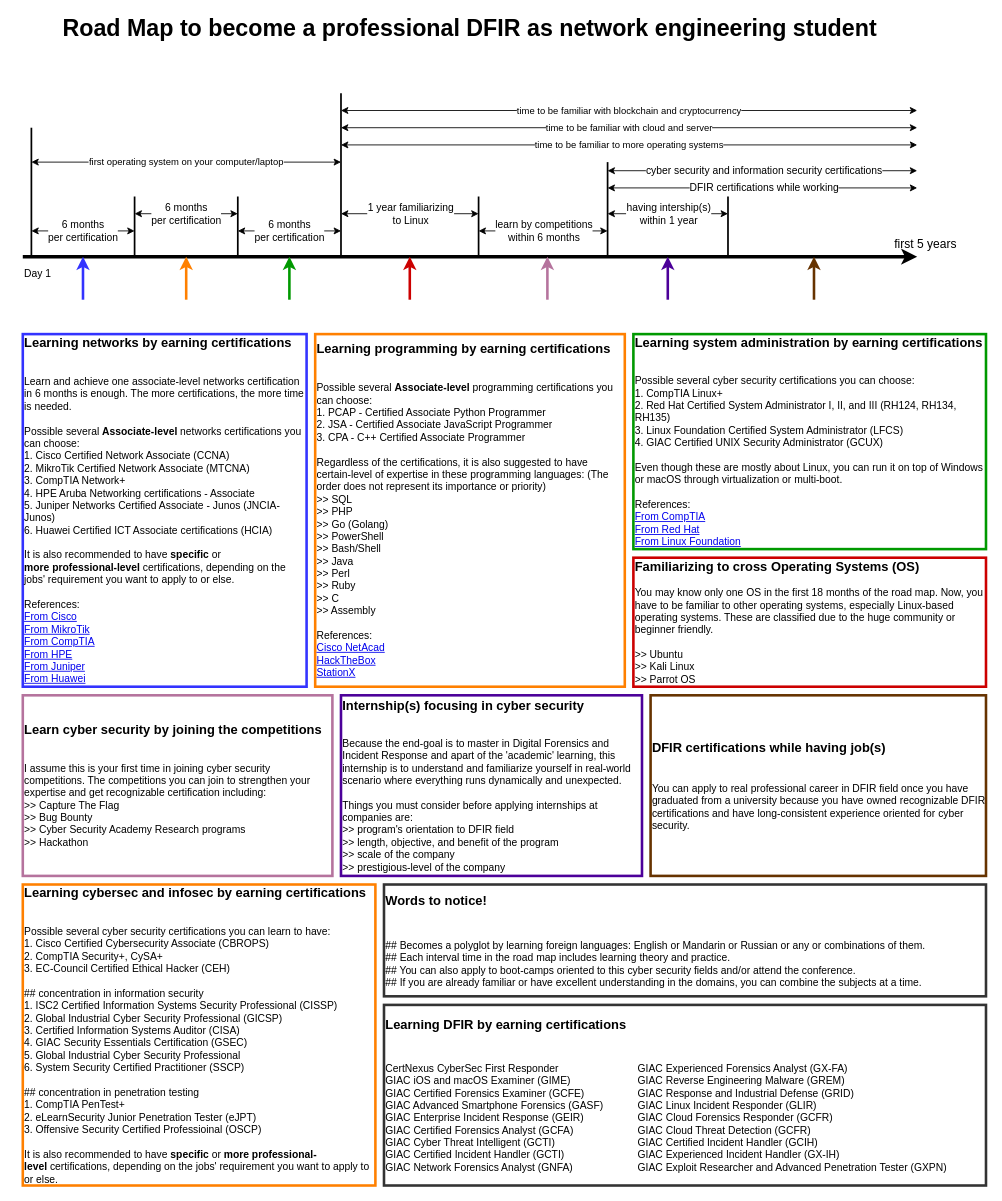
The draw.io diagram page "theRoadMap" (4 of 5) of cybernetworkroadmap.drawio in troders34/roadmap, before the edit. Source tidied: cells renumbered, new cells numbered last; positions are measured from the earlier drawing's top-left corner, leaving out a move shared by most shapes. Both pictures are drawn from the tidied source at 86%, with x=0, y=0 at pixel (22, 15).
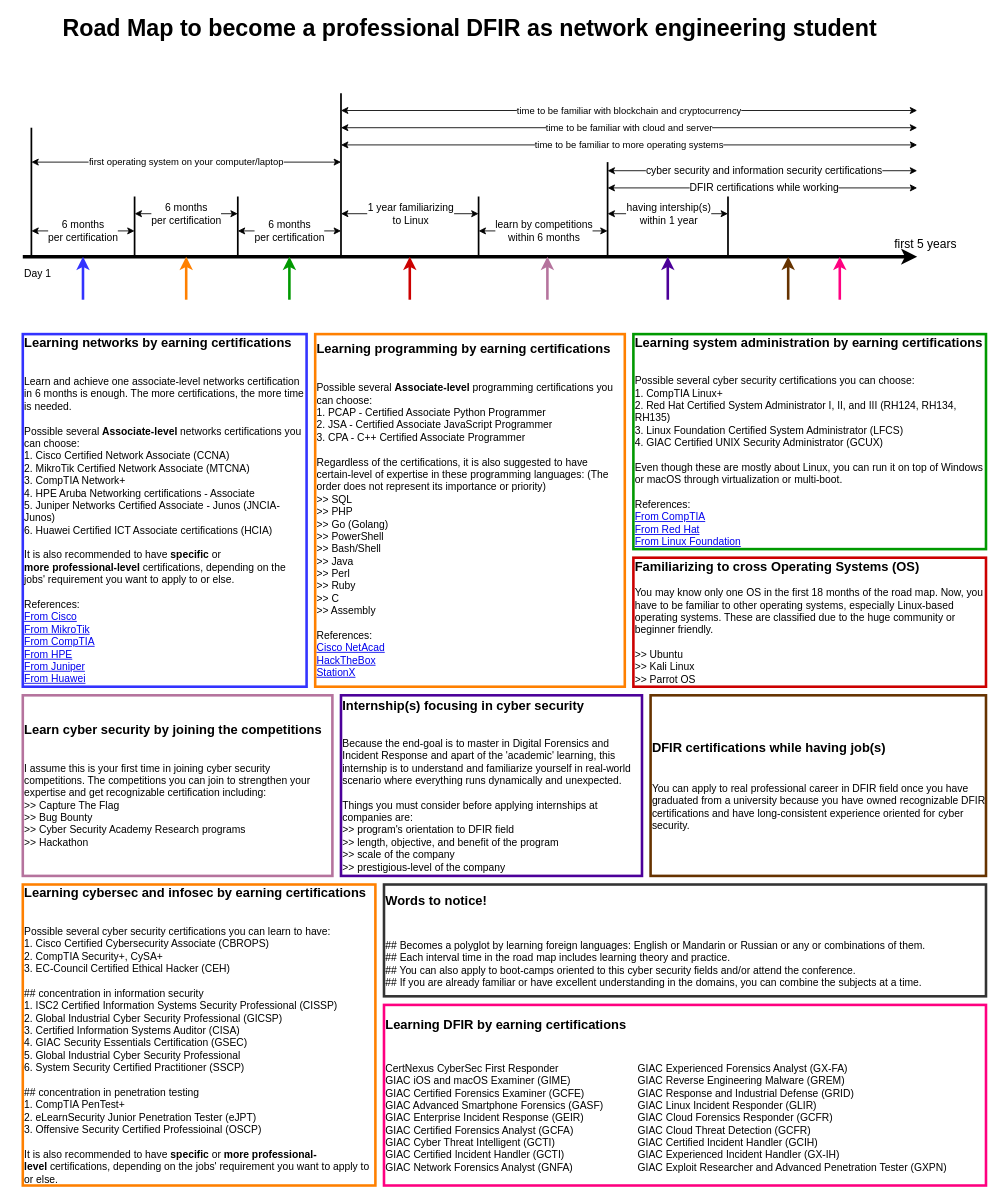
The same diagram, later.

Unchanged cells that the change refers to:
```xml
<mxCell id="32" style="group;" parent="1" vertex="1">
  <mxGeometry y="370" width="1120" height="990" as="geometry" />
</mxCell>
```

Diff of the diagram source:
```diff
@@
     <mxCell id="28" style="endArrow=none;html=1;rounded=0;startArrow=classic;startFill=1;strokeWidth=3;strokeColor=#663300;" parent="1" edge="1">
       <mxGeometry relative="1" as="geometry">
-        <mxPoint x="920" y="280" as="sourcePoint" />
-        <mxPoint x="920" y="330" as="targetPoint" />
+        <mxPoint x="890" y="280" as="sourcePoint" />
+        <mxPoint x="890" y="330" as="targetPoint" />
       </mxGeometry>
     </mxCell>
@@
-    <mxCell id="43" value="&lt;span style=&quot;font-size: 15px;&quot;&gt;&lt;b&gt;Learning DFIR by earning certifications&lt;/b&gt;&lt;/span&gt;&lt;div&gt;&lt;span style=&quot;font-size: 15px;&quot;&gt;&lt;b&gt;&lt;br&gt;&lt;/b&gt;&lt;/span&gt;&lt;div&gt;&lt;span style=&quot;font-size: 15px;&quot;&gt;&lt;b&gt;&lt;br&gt;&lt;/b&gt;&lt;/span&gt;&lt;/div&gt;&lt;div&gt;CertNexus CyberSec First Responder&lt;span style=&quot;white-space: pre;&quot;&gt;&#9;&lt;/span&gt;&lt;span style=&quot;white-space: pre;&quot;&gt;&#9;&lt;/span&gt;&lt;span style=&quot;white-space: pre;&quot;&gt;&#9;&lt;/span&gt;&lt;span style=&quot;white-space: pre;&quot;&gt;&#9;&lt;/span&gt;GIAC Experienced Forensics Analyst (GX-FA)&lt;/div&gt;&lt;/div&gt;&lt;div&gt;GIAC iOS and macOS Examiner (GIME)&lt;span style=&quot;white-space: pre;&quot;&gt;&#9;&lt;/span&gt;&lt;span style=&quot;white-space: pre;&quot;&gt;&#9;&lt;/span&gt;&lt;span style=&quot;white-space: pre;&quot;&gt;&#9;&lt;/span&gt;GIAC Reverse Engineering Malware (GREM)&lt;/div&gt;&lt;div&gt;GIAC Certified Forensics Examiner (GCFE)&lt;span style=&quot;white-space: pre;&quot;&gt;&#9;&lt;/span&gt;&lt;span style=&quot;white-space: pre;&quot;&gt;&#9;&lt;/span&gt;&lt;span style=&quot;white-space: pre;&quot;&gt;&#9;&lt;/span&gt;GIAC Response and Industrial Defense (GRID)&lt;/div&gt;&lt;div&gt;GIAC Advanced Smartphone Forensics (GASF)&lt;span style=&quot;white-space: pre;&quot;&gt;&#9;&lt;/span&gt;&lt;span style=&quot;white-space: pre;&quot;&gt;&#9;&lt;/span&gt;GIAC Linux Incident Responder (GLIR)&lt;/div&gt;&lt;div&gt;GIAC Enterprise Incident Response (GEIR)&lt;span style=&quot;white-space: pre;&quot;&gt;&#9;&lt;/span&gt;&lt;span style=&quot;white-space: pre;&quot;&gt;&#9;&lt;/span&gt;&lt;span style=&quot;white-space: pre;&quot;&gt;&#9;&lt;/span&gt;GIAC Cloud Forensics Responder (GCFR)&lt;/div&gt;&lt;div&gt;GIAC Certified Forensics Analyst (GCFA)&lt;span style=&quot;white-space: pre;&quot;&gt;&#9;&lt;/span&gt;&lt;span style=&quot;white-space: pre;&quot;&gt;&#9;&lt;/span&gt;&lt;span style=&quot;white-space: pre;&quot;&gt;&#9;&lt;/span&gt;GIAC Cloud Threat Detection (GCFR)&lt;/div&gt;&lt;div&gt;GIAC Cyber Threat Intelligent (GCTI)&lt;span style=&quot;white-space: pre;&quot;&gt;&#9;&lt;/span&gt;&lt;span style=&quot;white-space: pre;&quot;&gt;&#9;&lt;/span&gt;&lt;span style=&quot;white-space: pre;&quot;&gt;&#9;&lt;/span&gt;&lt;span style=&quot;white-space: pre;&quot;&gt;&#9;&lt;/span&gt;GIAC Certified Incident Handler (GCIH)&lt;/div&gt;&lt;div&gt;GIAC Certified Incident Handler (GCTI)&lt;span style=&quot;white-space: pre;&quot;&gt;&#9;&lt;/span&gt;&lt;span style=&quot;white-space: pre;&quot;&gt;&#9;&lt;/span&gt;&lt;span style=&quot;white-space: pre;&quot;&gt;&#9;&lt;/span&gt;&lt;span style=&quot;white-space: pre;&quot;&gt;&#9;&lt;/span&gt;GIAC Experienced Incident Handler (GX-IH)&lt;/div&gt;&lt;div&gt;GIAC Network Forensics Analyst (GNFA)&lt;span style=&quot;white-space: pre;&quot;&gt;&#9;&lt;/span&gt;&lt;span style=&quot;white-space: pre;&quot;&gt;&#9;&lt;/span&gt;&lt;span style=&quot;white-space: pre;&quot;&gt;&#9;&lt;/span&gt;GIAC Exploit Researcher and Advanced Penetration Tester (GXPN)&lt;/div&gt;" style="rounded=0;whiteSpace=wrap;html=1;align=left;strokeColor=#333333;strokeWidth=3;" parent="32" vertex="1">
+    <mxCell id="43" value="&lt;span style=&quot;font-size: 15px;&quot;&gt;&lt;b&gt;Learning DFIR by earning certifications&lt;/b&gt;&lt;/span&gt;&lt;div&gt;&lt;span style=&quot;font-size: 15px;&quot;&gt;&lt;b&gt;&lt;br&gt;&lt;/b&gt;&lt;/span&gt;&lt;div&gt;&lt;span style=&quot;font-size: 15px;&quot;&gt;&lt;b&gt;&lt;br&gt;&lt;/b&gt;&lt;/span&gt;&lt;/div&gt;&lt;div&gt;CertNexus CyberSec First Responder&lt;span style=&quot;white-space: pre;&quot;&gt;&#9;&lt;/span&gt;&lt;span style=&quot;white-space: pre;&quot;&gt;&#9;&lt;/span&gt;&lt;span style=&quot;white-space: pre;&quot;&gt;&#9;&lt;/span&gt;&lt;span style=&quot;white-space: pre;&quot;&gt;&#9;&lt;/span&gt;GIAC Experienced Forensics Analyst (GX-FA)&lt;/div&gt;&lt;/div&gt;&lt;div&gt;GIAC iOS and macOS Examiner (GIME)&lt;span style=&quot;white-space: pre;&quot;&gt;&#9;&lt;/span&gt;&lt;span style=&quot;white-space: pre;&quot;&gt;&#9;&lt;/span&gt;&lt;span style=&quot;white-space: pre;&quot;&gt;&#9;&lt;/span&gt;GIAC Reverse Engineering Malware (GREM)&lt;/div&gt;&lt;div&gt;GIAC Certified Forensics Examiner (GCFE)&lt;span style=&quot;white-space: pre;&quot;&gt;&#9;&lt;/span&gt;&lt;span style=&quot;white-space: pre;&quot;&gt;&#9;&lt;/span&gt;&lt;span style=&quot;white-space: pre;&quot;&gt;&#9;&lt;/span&gt;GIAC Response and Industrial Defense (GRID)&lt;/div&gt;&lt;div&gt;GIAC Advanced Smartphone Forensics (GASF)&lt;span style=&quot;white-space: pre;&quot;&gt;&#9;&lt;/span&gt;&lt;span style=&quot;white-space: pre;&quot;&gt;&#9;&lt;/span&gt;GIAC Linux Incident Responder (GLIR)&lt;/div&gt;&lt;div&gt;GIAC Enterprise Incident Response (GEIR)&lt;span style=&quot;white-space: pre;&quot;&gt;&#9;&lt;/span&gt;&lt;span style=&quot;white-space: pre;&quot;&gt;&#9;&lt;/span&gt;&lt;span style=&quot;white-space: pre;&quot;&gt;&#9;&lt;/span&gt;GIAC Cloud Forensics Responder (GCFR)&lt;/div&gt;&lt;div&gt;GIAC Certified Forensics Analyst (GCFA)&lt;span style=&quot;white-space: pre;&quot;&gt;&#9;&lt;/span&gt;&lt;span style=&quot;white-space: pre;&quot;&gt;&#9;&lt;/span&gt;&lt;span style=&quot;white-space: pre;&quot;&gt;&#9;&lt;/span&gt;GIAC Cloud Threat Detection (GCFR)&lt;/div&gt;&lt;div&gt;GIAC Cyber Threat Intelligent (GCTI)&lt;span style=&quot;white-space: pre;&quot;&gt;&#9;&lt;/span&gt;&lt;span style=&quot;white-space: pre;&quot;&gt;&#9;&lt;/span&gt;&lt;span style=&quot;white-space: pre;&quot;&gt;&#9;&lt;/span&gt;&lt;span style=&quot;white-space: pre;&quot;&gt;&#9;&lt;/span&gt;GIAC Certified Incident Handler (GCIH)&lt;/div&gt;&lt;div&gt;GIAC Certified Incident Handler (GCTI)&lt;span style=&quot;white-space: pre;&quot;&gt;&#9;&lt;/span&gt;&lt;span style=&quot;white-space: pre;&quot;&gt;&#9;&lt;/span&gt;&lt;span style=&quot;white-space: pre;&quot;&gt;&#9;&lt;/span&gt;&lt;span style=&quot;white-space: pre;&quot;&gt;&#9;&lt;/span&gt;GIAC Experienced Incident Handler (GX-IH)&lt;/div&gt;&lt;div&gt;GIAC Network Forensics Analyst (GNFA)&lt;span style=&quot;white-space: pre;&quot;&gt;&#9;&lt;/span&gt;&lt;span style=&quot;white-space: pre;&quot;&gt;&#9;&lt;/span&gt;&lt;span style=&quot;white-space: pre;&quot;&gt;&#9;&lt;/span&gt;GIAC Exploit Researcher and Advanced Penetration Tester (GXPN)&lt;/div&gt;" style="rounded=0;whiteSpace=wrap;html=1;align=left;strokeColor=#FF0080;strokeWidth=3;" parent="32" vertex="1">
       <mxGeometry x="420" y="780" width="700" height="210" as="geometry" />
     </mxCell>
+    <mxCell id="44" style="endArrow=none;html=1;rounded=0;startArrow=classic;startFill=1;strokeWidth=3;strokeColor=#FF0080;" parent="1" edge="1">
+      <mxGeometry relative="1" as="geometry">
+        <mxPoint x="950" y="280" as="sourcePoint" />
+        <mxPoint x="950" y="330" as="targetPoint" />
+      </mxGeometry>
+    </mxCell>
```
